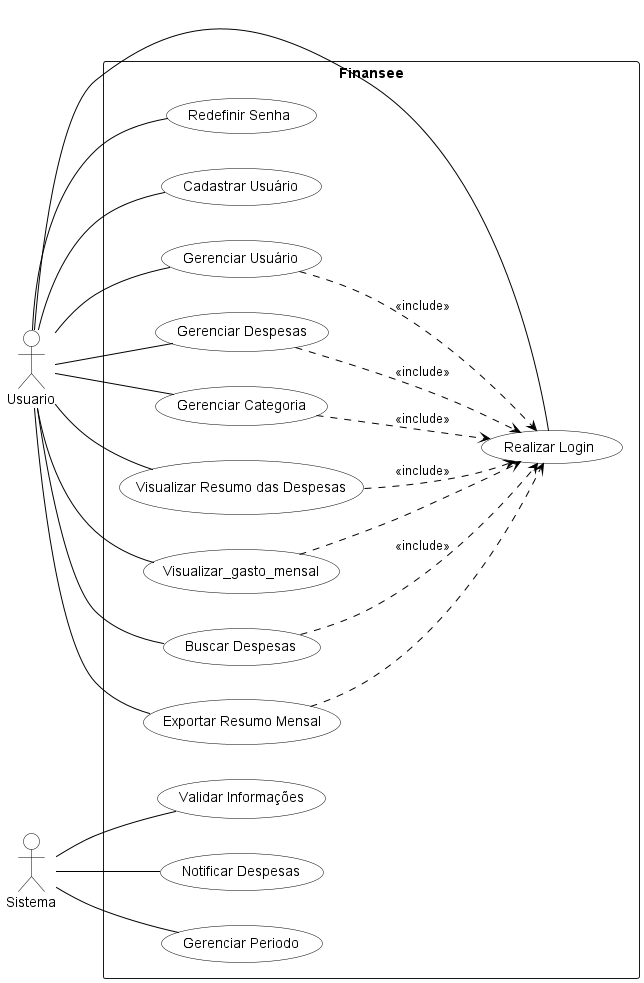
LucasMairon/FinanSee keeps this PlantUML diagram as documents/use_case_diagram/diagrama_caso_de_uso.png. Above is the earlier version. Source of this version:
```plantuml
@startuml "diagrama_caso_de_uso"

left to right direction

skinparam ActorBorderColor black
skinparam ActorBackgroundColor white
skinparam UsecaseBackgroundColor white
skinparam UsecaseBorderColor black
skinparam ArrowColor black


rectangle "Finansee" {
    (Realizar Login) as realizar_login
    (Cadastrar Usuário) as cadastrar_usuario
    (Gerenciar Usuário) as gerenciar_usuario
    (Gerenciar Despesas) as gerenciar_despesas
    (Gerenciar Categoria) as gerenciar_categoria
    (Notificar Despesas) as notificar_depesas
    (Visualizar Resumo das Despesas) as visualizar_resumo_despesas
    (Visualizar_gasto_mensal) as visualizar_gasto_mensal
    (Buscar Despesas) as buscar_despesas
    (Exportar Resumo Mensal) as exportar_resumo_mensal
    (Redefinir Senha) as redefinir_senha
    (Gerenciar Periodo) as gerenciar_periodo
    (Validar Informações) as validar_informacoes
}

:Usuario: as usuario
:Sistema: as sistema

sistema -- validar_informacoes
sistema -- notificar_depesas
sistema -- gerenciar_periodo

usuario -- realizar_login
usuario -- gerenciar_usuario
usuario -up- cadastrar_usuario
usuario -- redefinir_senha

gerenciar_usuario ..> realizar_login: <<include>>

usuario -- gerenciar_despesas
usuario -- visualizar_resumo_despesas
usuario -- buscar_despesas
usuario -- exportar_resumo_mensal
usuario -- visualizar_gasto_mensal

gerenciar_despesas ..> realizar_login: <<include>>
visualizar_resumo_despesas ..> realizar_login: <<include>>
buscar_despesas ..> realizar_login: <<include>>
exportar_resumo_mensal ..> realizar_login <<include>>
visualizar_gasto_mensal ..> realizar_login <<include>>

usuario -- gerenciar_categoria

gerenciar_categoria ..> realizar_login: <<include>>

@enduml
```
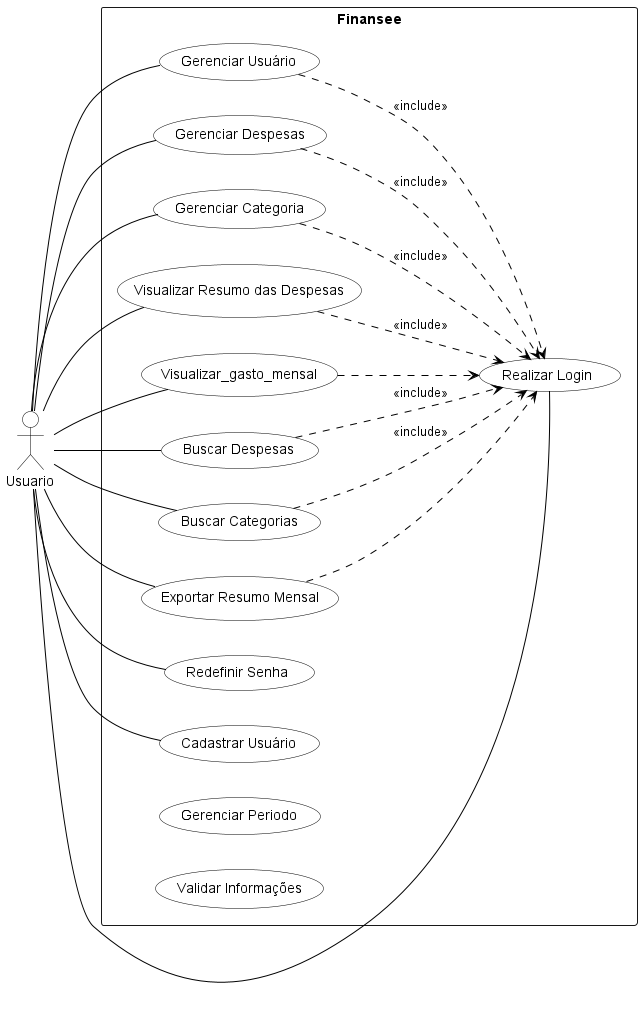
Above is the later version.

Commit message:
docs: updating geral use case diagram

Change to the diagram source:
```diff
@@ -15,10 +15,10 @@
     (Gerenciar Usuário) as gerenciar_usuario
     (Gerenciar Despesas) as gerenciar_despesas
     (Gerenciar Categoria) as gerenciar_categoria
-    (Notificar Despesas) as notificar_depesas
     (Visualizar Resumo das Despesas) as visualizar_resumo_despesas
     (Visualizar_gasto_mensal) as visualizar_gasto_mensal
     (Buscar Despesas) as buscar_despesas
+    (Buscar Categorias) as buscar_categorias
     (Exportar Resumo Mensal) as exportar_resumo_mensal
     (Redefinir Senha) as redefinir_senha
     (Gerenciar Periodo) as gerenciar_periodo
@@ -26,11 +26,6 @@
 }
 
 :Usuario: as usuario
-:Sistema: as sistema
-
-sistema -- validar_informacoes
-sistema -- notificar_depesas
-sistema -- gerenciar_periodo
 
 usuario -- realizar_login
 usuario -- gerenciar_usuario
@@ -52,7 +47,9 @@
 visualizar_gasto_mensal ..> realizar_login <<include>>
 
 usuario -- gerenciar_categoria
+usuario -- buscar_categorias
 
 gerenciar_categoria ..> realizar_login: <<include>>
+buscar_categorias ..> realizar_login: <<include>>
 
 @enduml
```
